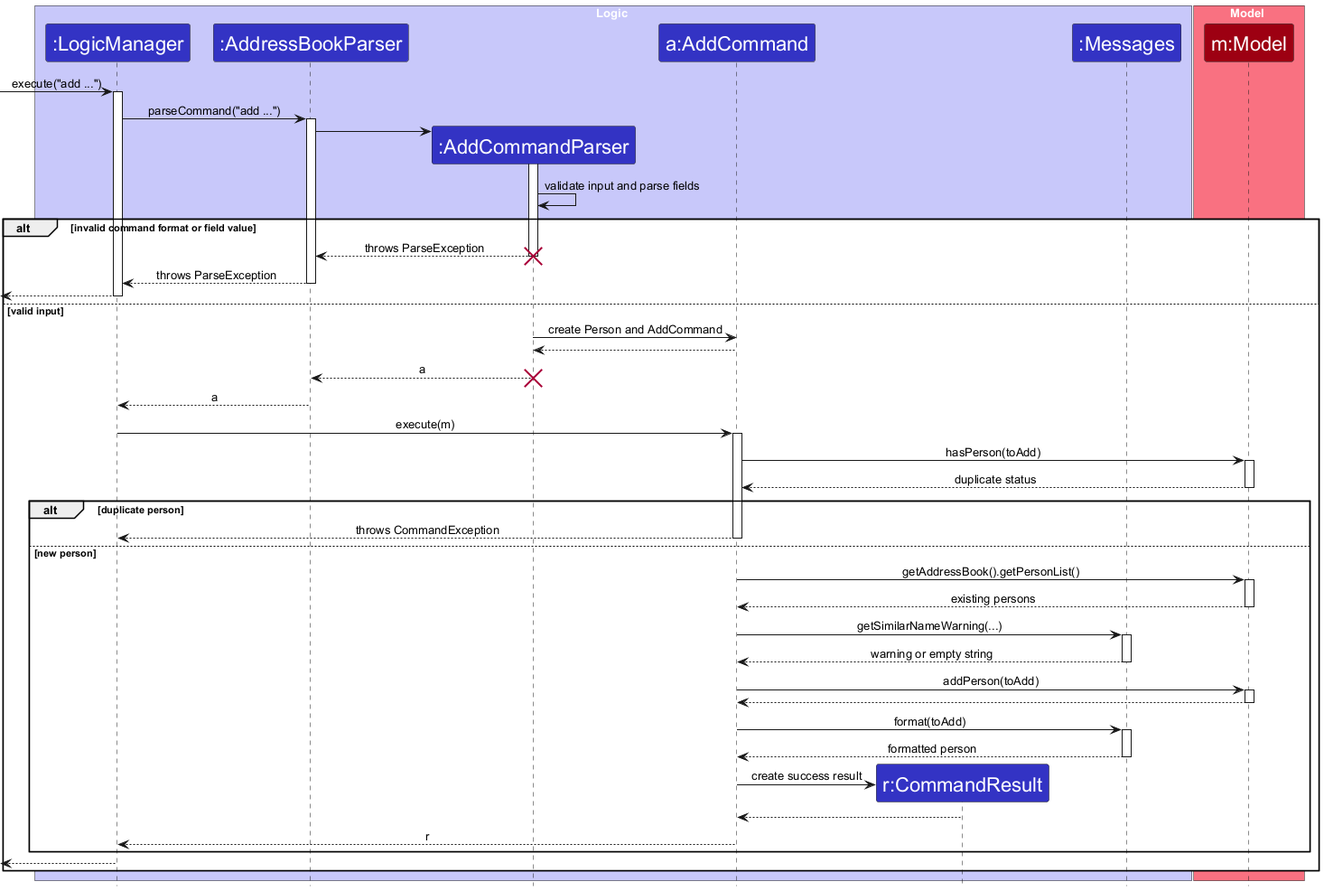
The PlantUML diagram docs/images/AddCommandSequenceDiagram.png in AY2627S1-CS2103T-W08-3/tp, before a commit.
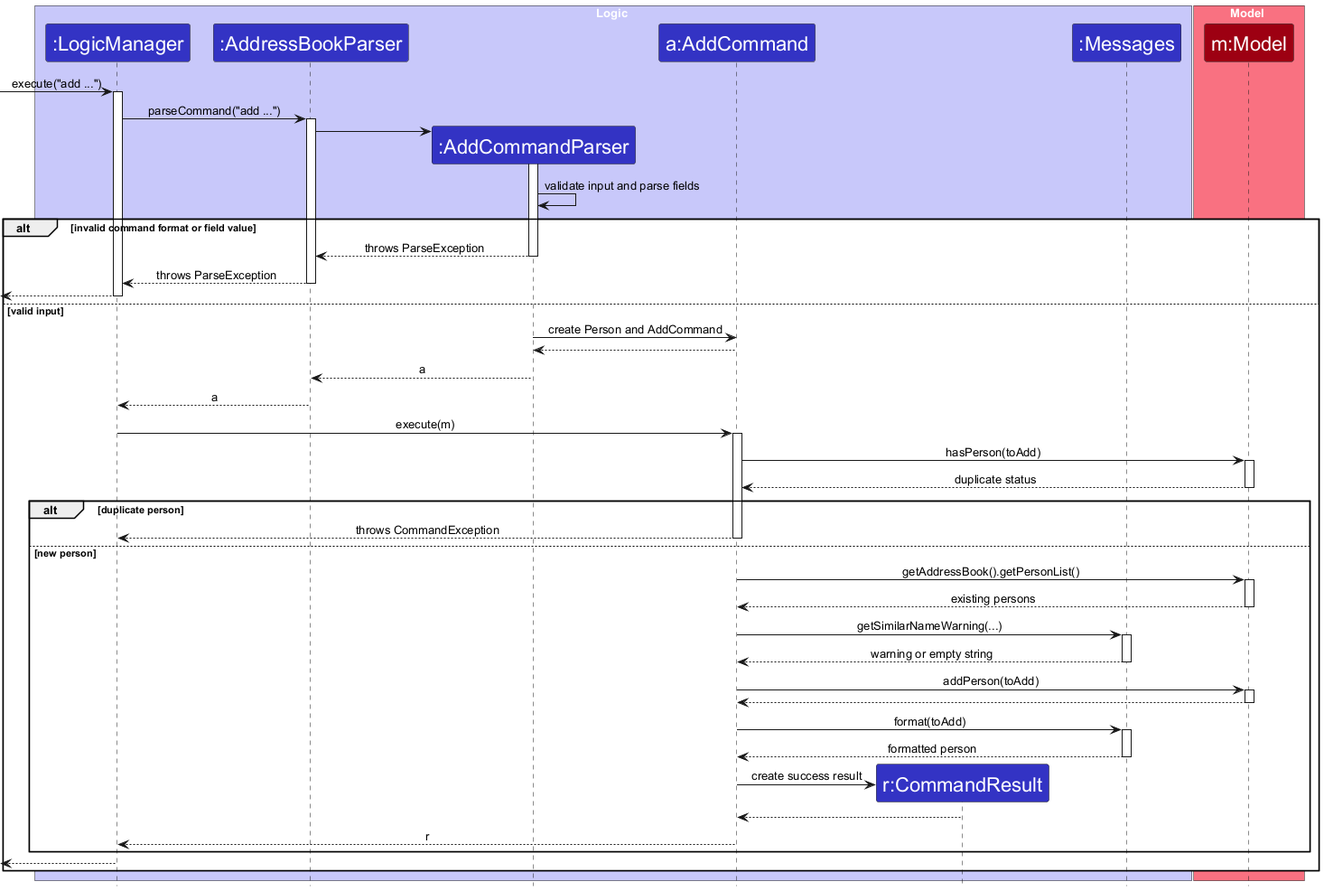
After the commit.

Commit message:
Correct Add Command parser lifecycle diagram

Remove destruction markers that do not reflect Java object lifetime and
close the parser activation in both alternate branches. Regenerate
the diagram image to match the corrected source.

What changed in the source:
```diff
@@ -37,7 +37,7 @@
 
 alt invalid command format or field value
     AddCommandParser --> AddressBookParser : throws ParseException
-    destroy AddCommandParser
+    deactivate AddCommandParser
     AddressBookParser --> LogicManager : throws ParseException
     deactivate AddressBookParser
     [<--LogicManager
@@ -47,7 +47,6 @@
     AddCommand --> AddCommandParser
     AddCommandParser --> AddressBookParser : a
     deactivate AddCommandParser
-    destroy AddCommandParser
 
     AddressBookParser --> LogicManager : a
     deactivate AddressBookParser
```
